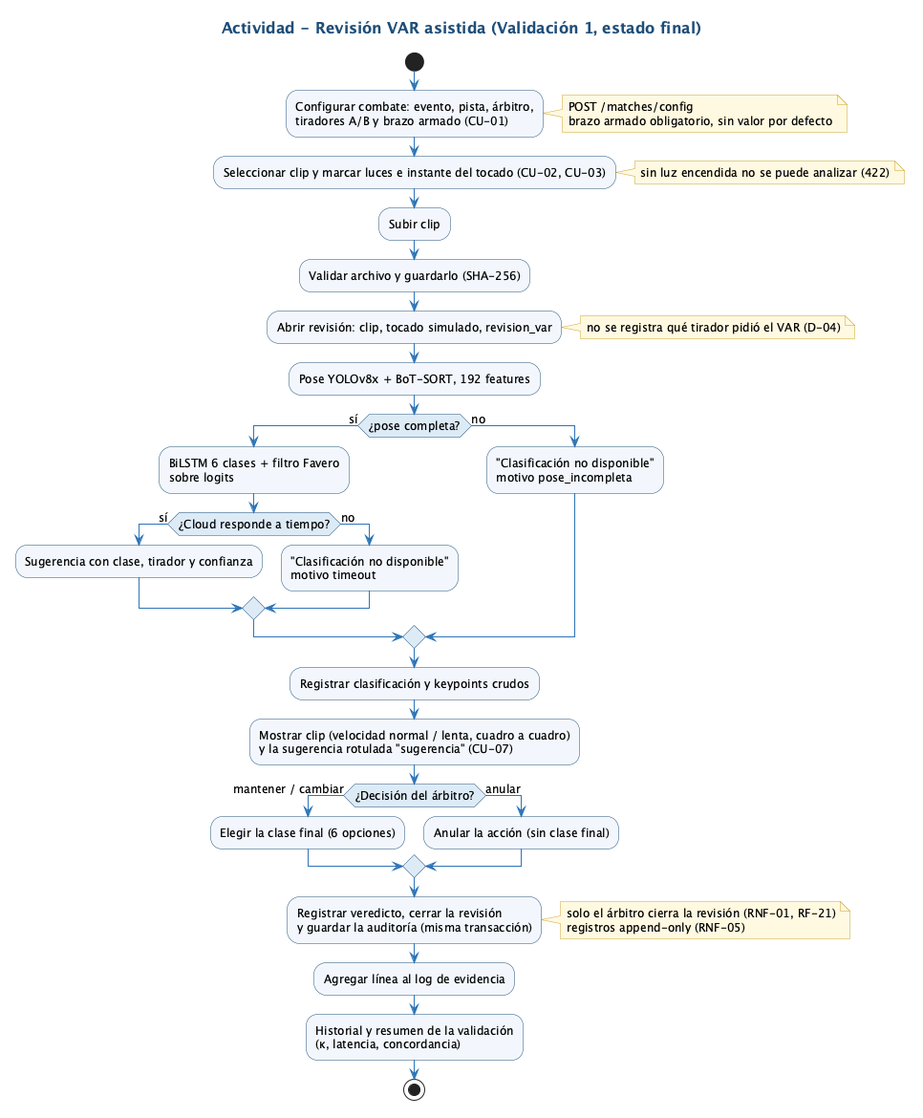
Earlier version of the PlantUML export docs/uml/UML6_Actividad_Revision_VAR.png (nicolaszagal/SaberAITesis). The source it was exported from:
```plantuml
@startuml
!include skin.iuml
title Actividad - Revisión VAR asistida (Validación 1, estado final)
start
:Configurar combate: evento, pista, árbitro,\ntiradores A/B y brazo armado (CU-01);
note right: POST /matches/config\nbrazo armado obligatorio, sin valor por defecto
:Seleccionar clip y marcar luces e instante del tocado (CU-02, CU-03);
note right: sin luz encendida no se puede analizar (422)
:Subir clip;
:Validar archivo y guardarlo (SHA-256);
:Abrir revisión: clip, tocado simulado, revision_var;
note right: no se registra qué tirador pidió el VAR (D-04)
:Pose YOLOv8x + BoT-SORT, 192 features;
if (¿pose completa?) then (sí)
  :BiLSTM 6 clases + filtro Favero\nsobre logits;
  if (¿Cloud responde a tiempo?) then (sí)
    :Sugerencia con clase, tirador y confianza;
  else (no)
    :"Clasificación no disponible"\nmotivo timeout;
  endif
else (no)
  :"Clasificación no disponible"\nmotivo pose_incompleta;
endif
:Registrar clasificación y keypoints crudos;
:Mostrar clip (velocidad normal / lenta, cuadro a cuadro)\ny la sugerencia rotulada "sugerencia" (CU-07);
if (¿Decisión del árbitro?) then (mantener / cambiar)
  :Elegir la clase final (6 opciones);
else (anular)
  :Anular la acción (sin clase final);
endif
:Registrar veredicto, cerrar la revisión\ny guardar la auditoría (misma transacción);
note right: solo el árbitro cierra la revisión (RNF-01, RF-21)\nregistros append-only (RNF-05)
:Agregar línea al log de evidencia;
:Historial y resumen de la validación\n(κ, latencia, concordancia);
stop
@enduml
```
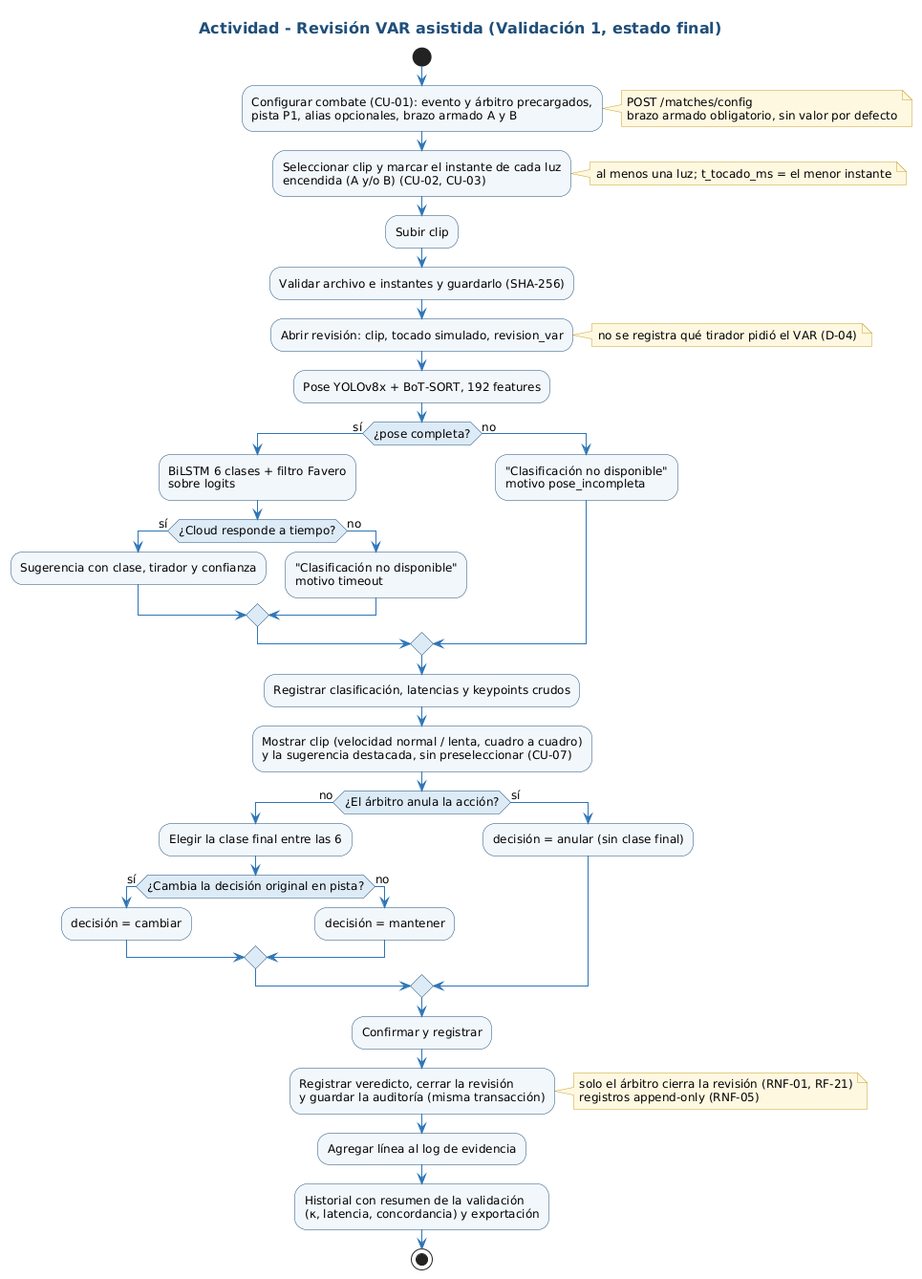
Above is the later version.

Diff of the diagram source:
```diff
@@ -2,12 +2,12 @@
 !include skin.iuml
 title Actividad - Revisión VAR asistida (Validación 1, estado final)
 start
-:Configurar combate: evento, pista, árbitro,\ntiradores A/B y brazo armado (CU-01);
+:Configurar combate (CU-01): evento y árbitro precargados,\npista P1, alias opcionales, brazo armado A y B;
 note right: POST /matches/config\nbrazo armado obligatorio, sin valor por defecto
-:Seleccionar clip y marcar luces e instante del tocado (CU-02, CU-03);
-note right: sin luz encendida no se puede analizar (422)
+:Seleccionar clip y marcar el instante de cada luz\nencendida (A y/o B) (CU-02, CU-03);
+note right: al menos una luz; t_tocado_ms = el menor instante
 :Subir clip;
-:Validar archivo y guardarlo (SHA-256);
+:Validar archivo e instantes y guardarlo (SHA-256);
 :Abrir revisión: clip, tocado simulado, revision_var;
 note right: no se registra qué tirador pidió el VAR (D-04)
 :Pose YOLOv8x + BoT-SORT, 192 features;
@@ -21,16 +21,22 @@
 else (no)
   :"Clasificación no disponible"\nmotivo pose_incompleta;
 endif
-:Registrar clasificación y keypoints crudos;
-:Mostrar clip (velocidad normal / lenta, cuadro a cuadro)\ny la sugerencia rotulada "sugerencia" (CU-07);
-if (¿Decisión del árbitro?) then (mantener / cambiar)
-  :Elegir la clase final (6 opciones);
-else (anular)
-  :Anular la acción (sin clase final);
+:Registrar clasificación, latencias y keypoints crudos;
+:Mostrar clip (velocidad normal / lenta, cuadro a cuadro)\ny la sugerencia destacada, sin preseleccionar (CU-07);
+if (¿El árbitro anula la acción?) then (no)
+  :Elegir la clase final entre las 6;
+  if (¿Cambia la decisión original en pista?) then (sí)
+    :decisión = cambiar;
+  else (no)
+    :decisión = mantener;
+  endif
+else (sí)
+  :decisión = anular (sin clase final);
 endif
+:Confirmar y registrar;
 :Registrar veredicto, cerrar la revisión\ny guardar la auditoría (misma transacción);
 note right: solo el árbitro cierra la revisión (RNF-01, RF-21)\nregistros append-only (RNF-05)
 :Agregar línea al log de evidencia;
-:Historial y resumen de la validación\n(κ, latencia, concordancia);
+:Historial con resumen de la validación\n(κ, latencia, concordancia) y exportación;
 stop
 @enduml
```
